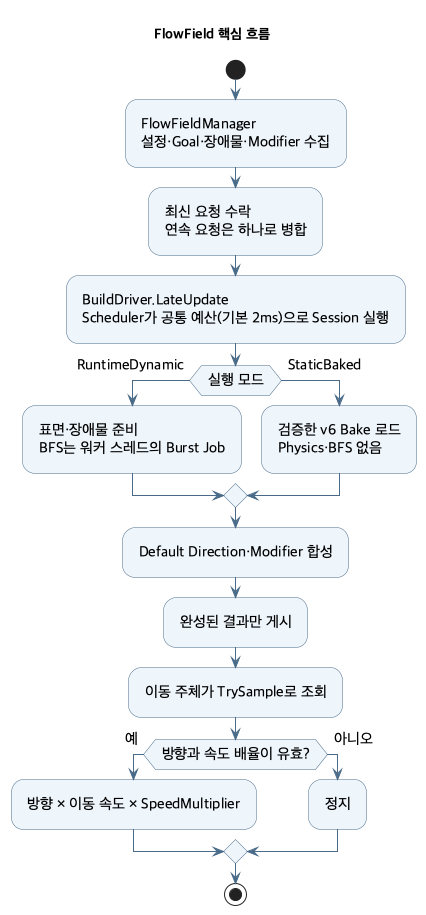
The PlantUML diagram ToyProject/Assets/_FlowField/Docs/Images/flowfield-uml.png in youwonsock/tool-unity-editor, before a commit.
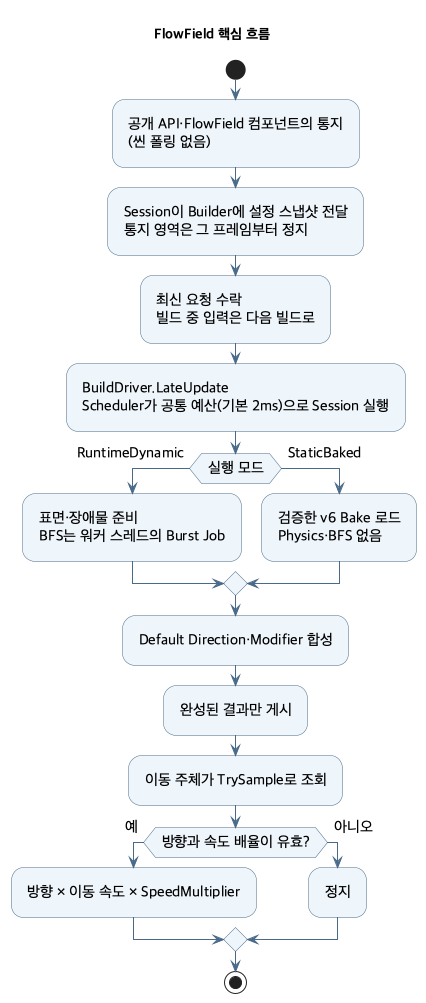
Later version of the same file.

Change to the diagram source:
```diff
@@ -9,8 +9,9 @@
 title FlowField 핵심 흐름
 
 start
-:FlowFieldManager\n설정·Goal·장애물·Modifier 수집;
-:최신 요청 수락\n연속 요청은 하나로 병합;
+:공개 API·FlowField 컴포넌트의 통지\n(씬 폴링 없음);
+:Session이 Builder에 설정 스냅샷 전달\n통지 영역은 그 프레임부터 정지;
+:최신 요청 수락\n빌드 중 입력은 다음 빌드로;
 :BuildDriver.LateUpdate\nScheduler가 공통 예산(기본 2ms)으로 Session 실행;
 if (실행 모드) then (RuntimeDynamic)
   :표면·장애물 준비\nBFS는 워커 스레드의 Burst Job;
```
